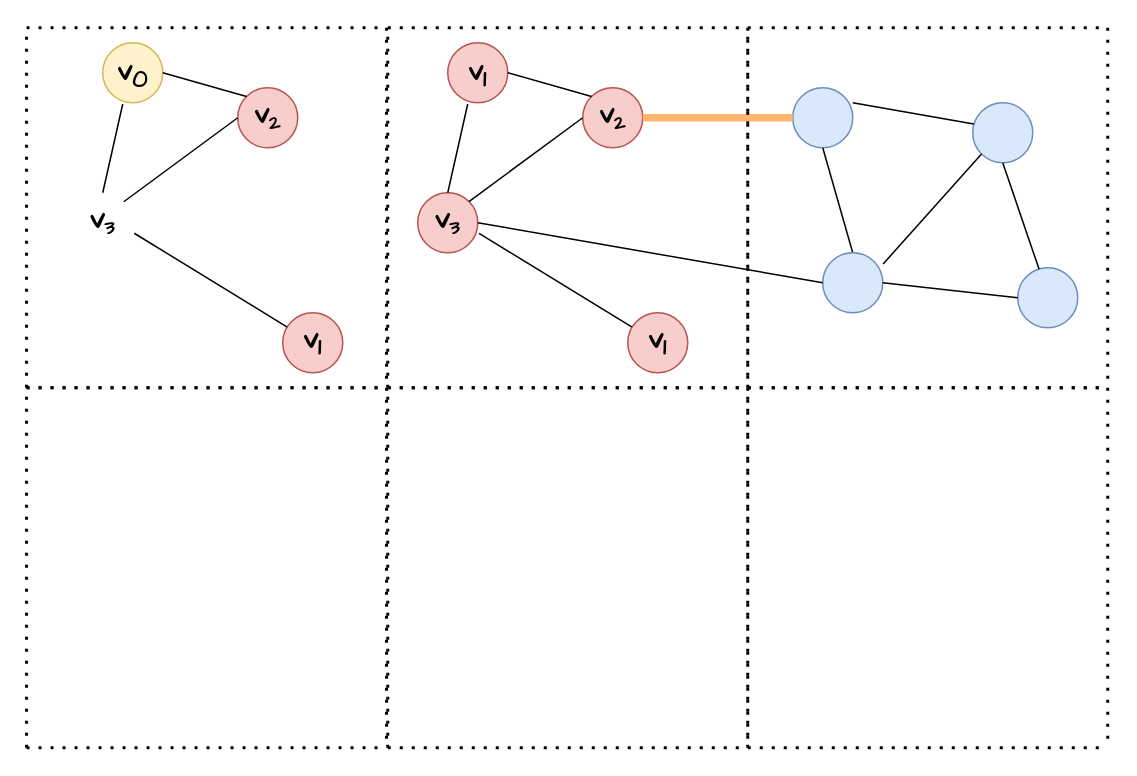
This is 未命名绘图.drawio from coldbubbletea/World-of-Warcraft--Non-graphical-interface-CPP-game, a draw.io file, before an edit. Source tidied: cells renumbered, new cells numbered last; positions are measured from the earlier drawing's top-left corner, leaving out a move shared by most shapes. Both pictures are drawn from the tidied source at 150%, with x=0, y=0 at pixel (26, 27).
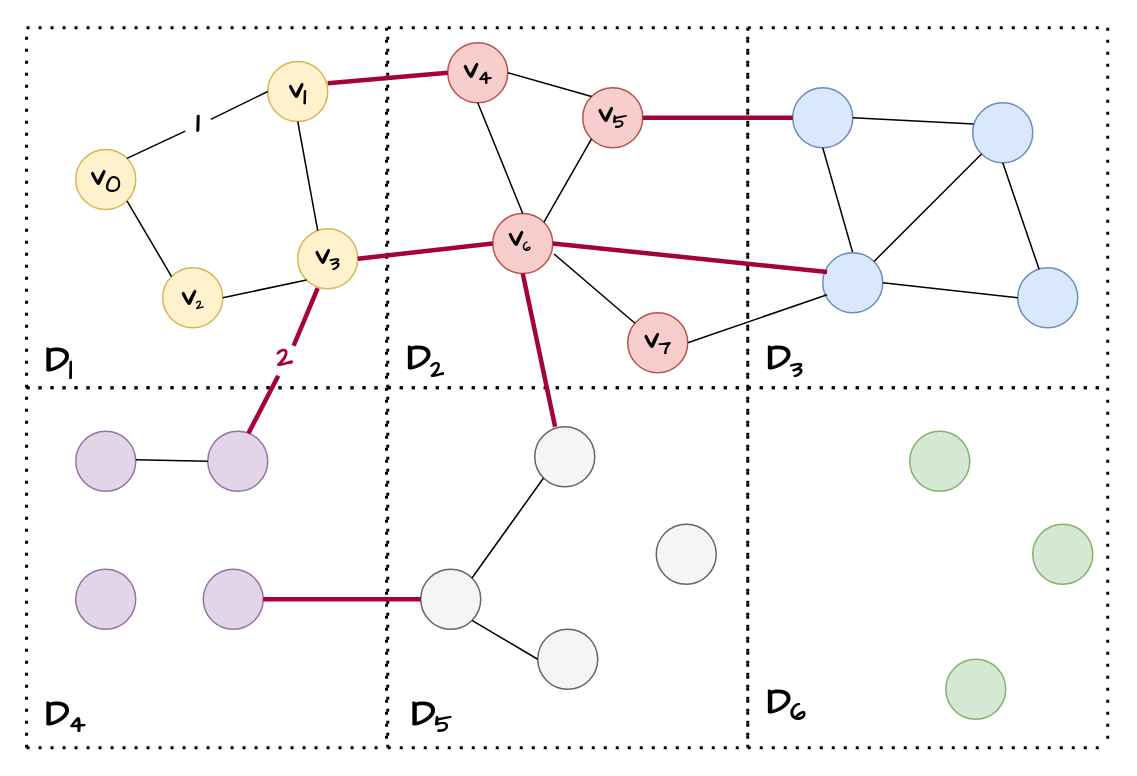
After the change.

Commit message (it also covers changes not shown here):
更新未命名绘图.drawio

The change refers to these unchanged cells:
```xml
<mxCell id="5" style="ellipse;whiteSpace=wrap;html=1;fillColor=#dae8fc;strokeColor=#6c8ebf;" parent="1" vertex="1">
  <mxGeometry x="631" y="50" width="40" height="40" as="geometry" />
</mxCell>
<mxCell id="6" style="ellipse;whiteSpace=wrap;html=1;fillColor=#dae8fc;strokeColor=#6c8ebf;" parent="1" vertex="1">
  <mxGeometry x="511" y="40" width="40" height="40" as="geometry" />
</mxCell>
<mxCell id="10" style="ellipse;whiteSpace=wrap;html=1;fillColor=#f8cecc;strokeColor=#b85450;" parent="1" vertex="1">
  <mxGeometry x="281" y="10" width="40" height="40" as="geometry" />
</mxCell>
<mxCell id="12" style="ellipse;whiteSpace=wrap;html=1;fillColor=#f8cecc;strokeColor=#b85450;" parent="1" vertex="1">
  <mxGeometry x="371" y="40" width="40" height="40" as="geometry" />
</mxCell>
<mxCell id="13" style="ellipse;whiteSpace=wrap;html=1;fillColor=#f8cecc;strokeColor=#b85450;" parent="1" vertex="1">
  <mxGeometry x="401" y="190" width="40" height="40" as="geometry" />
</mxCell>
<mxCell id="14" style="ellipse;whiteSpace=wrap;html=1;fillColor=#dae8fc;strokeColor=#6c8ebf;" parent="1" vertex="1">
  <mxGeometry x="531" y="150" width="40" height="40" as="geometry" />
</mxCell>
```

What changed in the source:
```diff
@@
+    <mxCell id="60" style="ellipse;whiteSpace=wrap;html=1;fillColor=#fff2cc;strokeColor=#d6b656;" parent="1" vertex="1">
+      <mxGeometry x="91" y="160" width="40" height="40" as="geometry" />
+    </mxCell>
@@
-    <mxCell id="9" style="endArrow=none;html=1;rounded=0;entryX=0.017;entryY=0.354;entryDx=0;entryDy=0;entryPerimeter=0;" parent="1" edge="1" target="5">
-      <mxGeometry relative="1" as="geometry">
-        <mxPoint x="551" y="50" as="sourcePoint" />
-      </mxGeometry>
+    <mxCell id="9" style="endArrow=none;html=1;rounded=0;entryX=0.017;entryY=0.354;entryDx=0;entryDy=0;entryPerimeter=0;exitX=1;exitY=0.5;exitDx=0;exitDy=0;" parent="1" edge="1" source="6" target="5">
+      <mxGeometry relative="1" as="geometry" />
     </mxCell>
@@
     <mxCell id="11" style="ellipse;whiteSpace=wrap;html=1;fillColor=#f8cecc;strokeColor=#b85450;" parent="1" vertex="1">
-      <mxGeometry x="261" y="110" width="40" height="40" as="geometry" />
+      <mxGeometry x="311" y="123.8" width="40" height="40" as="geometry" />
     </mxCell>
@@
-    <mxCell id="16" value="&lt;h2 style=&quot;&quot;&gt;&lt;font face=&quot;comic sans ms&quot; style=&quot;font-size: 19px;&quot;&gt;v&lt;/font&gt;&lt;font face=&quot;comic sans ms&quot; style=&quot;font-size: 15.8333px;&quot;&gt;&lt;sub&gt;2&lt;/sub&gt;&lt;/font&gt;&lt;/h2&gt;" style="text;html=1;strokeColor=none;fillColor=none;align=center;verticalAlign=middle;whiteSpace=wrap;rounded=0;" parent="1" vertex="1">
-      <mxGeometry x="351" y="32.5" width="80" height="55" as="geometry" />
-    </mxCell>
@@
-    <mxCell id="18" style="endArrow=none;html=1;rounded=0;exitX=1;exitY=0.5;exitDx=0;exitDy=0;entryX=0;entryY=0.5;entryDx=0;entryDy=0;" parent="1" edge="1" source="11" target="14">
-      <mxGeometry relative="1" as="geometry" />
-    </mxCell>
-    <mxCell id="19" style="endArrow=none;html=1;rounded=0;exitX=1;exitY=0.5;exitDx=0;exitDy=0;entryX=0;entryY=0.5;entryDx=0;entryDy=0;fillColor=#fff2cc;strokeColor=#FFB570;strokeWidth=5;gradientColor=#ffd966;" parent="1" edge="1" source="12" target="6">
+    <mxCell id="19" style="endArrow=none;html=1;rounded=0;exitX=1;exitY=0.5;exitDx=0;exitDy=0;entryX=0;entryY=0.5;entryDx=0;entryDy=0;strokeWidth=3;fillColor=#d80073;strokeColor=#A50040;" parent="1" edge="1" source="12" target="6">
       <mxGeometry relative="1" as="geometry" />
     </mxCell>
-    <mxCell id="20" style="endArrow=none;html=1;rounded=0;exitX=1;exitY=0;exitDx=0;exitDy=0;entryX=0;entryY=0.5;entryDx=0;entryDy=0;" parent="1" edge="1" source="11" target="12">
+    <mxCell id="20" style="endArrow=none;html=1;rounded=0;exitX=1;exitY=0;exitDx=0;exitDy=0;entryX=0;entryY=1;entryDx=0;entryDy=0;" parent="1" edge="1" source="11" target="12">
       <mxGeometry relative="1" as="geometry" />
     </mxCell>
-    <mxCell id="21" style="endArrow=none;html=1;rounded=0;entryX=0.5;entryY=0;entryDx=0;entryDy=0;exitX=0.333;exitY=1.021;exitDx=0;exitDy=0;exitPerimeter=0;" parent="1" edge="1" source="10" target="11">
+    <mxCell id="21" style="endArrow=none;html=1;rounded=0;entryX=0.5;entryY=0;entryDx=0;entryDy=0;exitX=0.5;exitY=1;exitDx=0;exitDy=0;" parent="1" edge="1" source="10" target="11">
       <mxGeometry relative="1" as="geometry" />
     </mxCell>
@@
-    <mxCell id="25" style="endArrow=none;html=1;rounded=0;entryX=0;entryY=1;entryDx=0;entryDy=0;exitX=1.006;exitY=0.188;exitDx=0;exitDy=0;exitPerimeter=0;" parent="1" edge="1" source="14" target="5">
+    <mxCell id="25" style="endArrow=none;html=1;rounded=0;entryX=0;entryY=1;entryDx=0;entryDy=0;exitX=1;exitY=0;exitDx=0;exitDy=0;" parent="1" edge="1" source="14" target="5">
       <mxGeometry relative="1" as="geometry" />
     </mxCell>
-    <mxCell id="26" value="&lt;h2 style=&quot;font-size: 19px;&quot;&gt;&lt;font face=&quot;comic sans ms&quot; style=&quot;font-size: 19px;&quot;&gt;v&lt;sub style=&quot;&quot;&gt;1&lt;/sub&gt;&lt;/font&gt;&lt;/h2&gt;" style="text;html=1;strokeColor=none;fillColor=none;align=center;verticalAlign=middle;whiteSpace=wrap;rounded=0;" parent="1" vertex="1">
-      <mxGeometry x="291" y="22.5" width="20" height="17.5" as="geometry" />
+    <mxCell id="26" value="&lt;h2 style=&quot;&quot;&gt;&lt;font style=&quot;font-size: 19px;&quot;&gt;v&lt;/font&gt;&lt;font style=&quot;font-size: 15.8333px;&quot;&gt;&lt;sub&gt;4&lt;/sub&gt;&lt;/font&gt;&lt;/h2&gt;" style="text;html=1;strokeColor=none;fillColor=none;align=center;verticalAlign=middle;whiteSpace=wrap;rounded=0;fontFamily=Comic Sans MS;" parent="1" vertex="1">
+      <mxGeometry x="291" y="21.2" width="20" height="17.5" as="geometry" />
     </mxCell>
@@
-    <mxCell id="47" value="&lt;h2 style=&quot;&quot;&gt;&lt;font face=&quot;comic sans ms&quot; style=&quot;font-size: 19px;&quot;&gt;v&lt;/font&gt;&lt;font face=&quot;comic sans ms&quot; style=&quot;font-size: 15.8333px;&quot;&gt;&lt;sub&gt;3&lt;/sub&gt;&lt;/font&gt;&lt;/h2&gt;" style="text;html=1;strokeColor=none;fillColor=none;align=center;verticalAlign=middle;whiteSpace=wrap;rounded=0;" parent="1" vertex="1">
-      <mxGeometry x="271" y="121.2" width="20" height="17.5" as="geometry" />
+    <mxCell id="47" value="&lt;h2 style=&quot;&quot;&gt;&lt;font face=&quot;Comic Sans MS&quot;&gt;&lt;font style=&quot;font-size: 19px;&quot;&gt;v&lt;/font&gt;&lt;font size=&quot;1&quot; style=&quot;&quot;&gt;&lt;sub&gt;6&lt;/sub&gt;&lt;/font&gt;&lt;/font&gt;&lt;/h2&gt;" style="text;html=1;strokeColor=none;fillColor=none;align=center;verticalAlign=middle;whiteSpace=wrap;rounded=0;" parent="1" vertex="1">
+      <mxGeometry x="319" y="132.5" width="20" height="17.5" as="geometry" />
     </mxCell>
-    <mxCell id="48" value="&lt;h2 style=&quot;font-size: 19px;&quot;&gt;&lt;font face=&quot;comic sans ms&quot; style=&quot;font-size: 19px;&quot;&gt;v&lt;sub style=&quot;&quot;&gt;1&lt;/sub&gt;&lt;/font&gt;&lt;/h2&gt;" style="text;html=1;strokeColor=none;fillColor=none;align=center;verticalAlign=middle;whiteSpace=wrap;rounded=0;" parent="1" vertex="1">
+    <mxCell id="48" value="&lt;h2 style=&quot;&quot;&gt;&lt;font face=&quot;comic sans ms&quot; style=&quot;font-size: 19px;&quot;&gt;v&lt;/font&gt;&lt;font face=&quot;comic sans ms&quot; style=&quot;font-size: 15.8333px;&quot;&gt;&lt;sub&gt;7&lt;/sub&gt;&lt;/font&gt;&lt;/h2&gt;" style="text;html=1;strokeColor=none;fillColor=none;align=center;verticalAlign=middle;whiteSpace=wrap;rounded=0;" parent="1" vertex="1">
       <mxGeometry x="411" y="201.2" width="20" height="17.5" as="geometry" />
     </mxCell>
     <mxCell id="49" style="ellipse;whiteSpace=wrap;html=1;fillColor=#fff2cc;strokeColor=#d6b656;" parent="1" vertex="1">
-      <mxGeometry x="51" y="10" width="40" height="40" as="geometry" />
+      <mxGeometry x="33" y="81.2" width="40" height="40" as="geometry" />
     </mxCell>
-    <mxCell id="50" style="ellipse;whiteSpace=wrap;html=1;fillColor=#f8cecc;strokeColor=#b85450;" parent="1" vertex="1">
-      <mxGeometry x="141" y="40" width="40" height="40" as="geometry" />
+    <mxCell id="50" style="ellipse;whiteSpace=wrap;html=1;fillColor=#fff2cc;strokeColor=#d6b656;" parent="1" vertex="1">
+      <mxGeometry x="161" y="22.5" width="40" height="40" as="geometry" />
     </mxCell>
-    <mxCell id="51" style="ellipse;whiteSpace=wrap;html=1;fillColor=#f8cecc;strokeColor=#b85450;" parent="1" vertex="1">
-      <mxGeometry x="171" y="190" width="40" height="40" as="geometry" />
+    <mxCell id="51" style="ellipse;whiteSpace=wrap;html=1;fillColor=#fff2cc;strokeColor=#d6b656;" parent="1" vertex="1">
+      <mxGeometry x="181" y="134" width="40" height="40" as="geometry" />
     </mxCell>
-    <mxCell id="52" value="&lt;h2 style=&quot;&quot;&gt;&lt;font face=&quot;comic sans ms&quot; style=&quot;font-size: 19px;&quot;&gt;v&lt;/font&gt;&lt;font face=&quot;comic sans ms&quot; style=&quot;font-size: 15.8333px;&quot;&gt;&lt;sub&gt;2&lt;/sub&gt;&lt;/font&gt;&lt;/h2&gt;" style="text;html=1;strokeColor=none;fillColor=none;align=center;verticalAlign=middle;whiteSpace=wrap;rounded=0;" parent="1" vertex="1">
-      <mxGeometry x="121" y="32.5" width="80" height="55" as="geometry" />
-    </mxCell>
-    <mxCell id="53" style="endArrow=none;html=1;rounded=0;entryX=1.022;entryY=0.676;entryDx=0;entryDy=0;entryPerimeter=0;" parent="1" edge="1" source="51">
-      <mxGeometry relative="1" as="geometry">
-        <mxPoint x="72" y="137" as="targetPoint" />
-      </mxGeometry>
-    </mxCell>
-    <mxCell id="54" style="endArrow=none;html=1;rounded=0;exitX=1;exitY=0;exitDx=0;exitDy=0;entryX=0;entryY=0.5;entryDx=0;entryDy=0;" parent="1" edge="1" target="50">
-      <mxGeometry relative="1" as="geometry">
-        <mxPoint x="65" y="116" as="sourcePoint" />
-      </mxGeometry>
+    <mxCell id="54" style="endArrow=none;html=1;rounded=0;exitX=0;exitY=0;exitDx=0;exitDy=0;entryX=1;entryY=1;entryDx=0;entryDy=0;" parent="1" edge="1" source="60" target="49">
+      <mxGeometry relative="1" as="geometry" />
     </mxCell>
-    <mxCell id="55" style="endArrow=none;html=1;rounded=0;entryX=0.5;entryY=0;entryDx=0;entryDy=0;exitX=0.333;exitY=1.021;exitDx=0;exitDy=0;exitPerimeter=0;" parent="1" edge="1" source="49">
-      <mxGeometry relative="1" as="geometry">
-        <mxPoint x="51" y="110" as="targetPoint" />
-      </mxGeometry>
-    </mxCell>
-    <mxCell id="56" style="endArrow=none;html=1;rounded=0;entryX=0;entryY=0;entryDx=0;entryDy=0;exitX=1;exitY=0.5;exitDx=0;exitDy=0;" parent="1" edge="1" source="49" target="50">
+    <mxCell id="56" style="endArrow=none;html=1;rounded=0;exitX=1;exitY=0;exitDx=0;exitDy=0;entryX=0;entryY=0.75;entryDx=0;entryDy=0;" parent="1" edge="1" source="49" target="82">
       <mxGeometry relative="1" as="geometry" />
     </mxCell>
     <mxCell id="57" value="&lt;h2 style=&quot;font-size: 19px;&quot;&gt;&lt;font face=&quot;comic sans ms&quot; style=&quot;font-size: 19px;&quot;&gt;v&lt;sub&gt;0&lt;/sub&gt;&lt;/font&gt;&lt;/h2&gt;" style="text;html=1;strokeColor=none;fillColor=none;align=center;verticalAlign=middle;whiteSpace=wrap;rounded=0;" parent="1" vertex="1">
-      <mxGeometry x="61" y="22.5" width="20" height="17.5" as="geometry" />
+      <mxGeometry x="43" y="92.5" width="20" height="17.5" as="geometry" />
     </mxCell>
-    <mxCell id="58" value="&lt;h2 style=&quot;&quot;&gt;&lt;font face=&quot;comic sans ms&quot; style=&quot;font-size: 19px;&quot;&gt;v&lt;/font&gt;&lt;font face=&quot;comic sans ms&quot; style=&quot;font-size: 15.8333px;&quot;&gt;&lt;sub&gt;3&lt;/sub&gt;&lt;/font&gt;&lt;/h2&gt;" style="text;html=1;strokeColor=none;fillColor=none;align=center;verticalAlign=middle;whiteSpace=wrap;rounded=0;" parent="1" vertex="1">
-      <mxGeometry x="41" y="121.2" width="20" height="17.5" as="geometry" />
+    <mxCell id="58" value="&lt;h2 style=&quot;&quot;&gt;&lt;font face=&quot;Comic Sans MS&quot;&gt;&lt;font style=&quot;font-size: 19px;&quot;&gt;v&lt;/font&gt;&lt;font style=&quot;font-size: 10.9953px;&quot;&gt;&lt;sub style=&quot;&quot;&gt;2&lt;/sub&gt;&lt;/font&gt;&lt;/font&gt;&lt;/h2&gt;" style="text;html=1;strokeColor=none;fillColor=none;align=center;verticalAlign=middle;whiteSpace=wrap;rounded=0;" parent="1" vertex="1">
+      <mxGeometry x="101" y="171.2" width="20" height="17.5" as="geometry" />
     </mxCell>
-    <mxCell id="59" value="&lt;h2 style=&quot;font-size: 19px;&quot;&gt;&lt;font face=&quot;comic sans ms&quot; style=&quot;font-size: 19px;&quot;&gt;v&lt;sub style=&quot;&quot;&gt;1&lt;/sub&gt;&lt;/font&gt;&lt;/h2&gt;" style="text;html=1;strokeColor=none;fillColor=none;align=center;verticalAlign=middle;whiteSpace=wrap;rounded=0;" parent="1" vertex="1">
-      <mxGeometry x="181" y="201.2" width="20" height="17.5" as="geometry" />
+    <mxCell id="59" value="&lt;h2 style=&quot;font-size: 19px;&quot;&gt;&lt;font style=&quot;font-size: 19px;&quot;&gt;v&lt;sub style=&quot;&quot;&gt;1&lt;/sub&gt;&lt;/font&gt;&lt;/h2&gt;" style="text;html=1;strokeColor=none;fillColor=none;align=center;verticalAlign=middle;whiteSpace=wrap;rounded=0;fontFamily=Comic Sans MS;" parent="1" vertex="1">
+      <mxGeometry x="171" y="33.8" width="20" height="17.5" as="geometry" />
     </mxCell>
+    <mxCell id="61" value="&lt;h1&gt;&lt;font face=&quot;Comic Sans MS&quot;&gt;D&lt;sub&gt;1&lt;/sub&gt;&lt;/font&gt;&lt;/h1&gt;&lt;p&gt;&lt;br&gt;&lt;/p&gt;" style="text;html=1;strokeColor=none;fillColor=none;spacing=5;spacingTop=-20;whiteSpace=wrap;overflow=hidden;rounded=0;" parent="1" vertex="1">
+      <mxGeometry x="8" y="201.2" width="49" height="44" as="geometry" />
+    </mxCell>
+    <mxCell id="62" value="&lt;h1&gt;&lt;font face=&quot;Comic Sans MS&quot;&gt;D&lt;span style=&quot;font-size: 20px;&quot;&gt;&lt;sub&gt;2&lt;/sub&gt;&lt;/span&gt;&lt;/font&gt;&lt;/h1&gt;&lt;p&gt;&lt;br&gt;&lt;/p&gt;" style="text;html=1;strokeColor=none;fillColor=none;spacing=5;spacingTop=-20;whiteSpace=wrap;overflow=hidden;rounded=0;" parent="1" vertex="1">
+      <mxGeometry x="249" y="200" width="49" height="44" as="geometry" />
+    </mxCell>
+    <mxCell id="63" value="&lt;h1&gt;&lt;font face=&quot;Comic Sans MS&quot;&gt;D&lt;span style=&quot;font-size: 20px;&quot;&gt;&lt;sub&gt;3&lt;/sub&gt;&lt;/span&gt;&lt;/font&gt;&lt;/h1&gt;&lt;p&gt;&lt;br&gt;&lt;/p&gt;" style="text;html=1;strokeColor=none;fillColor=none;spacing=5;spacingTop=-20;whiteSpace=wrap;overflow=hidden;rounded=0;" parent="1" vertex="1">
+      <mxGeometry x="489" y="200" width="49" height="44" as="geometry" />
+    </mxCell>
+    <mxCell id="64" value="&lt;h1&gt;&lt;font face=&quot;Comic Sans MS&quot;&gt;D&lt;span style=&quot;font-size: 20px;&quot;&gt;&lt;sub&gt;4&lt;/sub&gt;&lt;/span&gt;&lt;/font&gt;&lt;/h1&gt;&lt;p&gt;&lt;br&gt;&lt;/p&gt;" style="text;html=1;strokeColor=none;fillColor=none;spacing=5;spacingTop=-20;whiteSpace=wrap;overflow=hidden;rounded=0;" parent="1" vertex="1">
+      <mxGeometry x="8" y="437" width="49" height="44" as="geometry" />
+    </mxCell>
+    <mxCell id="65" value="&lt;h1&gt;&lt;font face=&quot;Comic Sans MS&quot;&gt;D&lt;span style=&quot;font-size: 20px;&quot;&gt;&lt;sub&gt;5&lt;/sub&gt;&lt;/span&gt;&lt;/font&gt;&lt;/h1&gt;&lt;p&gt;&lt;br&gt;&lt;/p&gt;" style="text;html=1;strokeColor=none;fillColor=none;spacing=5;spacingTop=-20;whiteSpace=wrap;overflow=hidden;rounded=0;" parent="1" vertex="1">
+      <mxGeometry x="252" y="437" width="49" height="44" as="geometry" />
+    </mxCell>
+    <mxCell id="66" value="&lt;h1&gt;&lt;font face=&quot;Comic Sans MS&quot;&gt;D&lt;span style=&quot;font-size: 20px;&quot;&gt;&lt;sub&gt;6&lt;/sub&gt;&lt;/span&gt;&lt;/font&gt;&lt;/h1&gt;&lt;p&gt;&lt;br&gt;&lt;/p&gt;" style="text;html=1;strokeColor=none;fillColor=none;spacing=5;spacingTop=-20;whiteSpace=wrap;overflow=hidden;rounded=0;" parent="1" vertex="1">
+      <mxGeometry x="489" y="429" width="49" height="44" as="geometry" />
+    </mxCell>
+    <mxCell id="18" style="endArrow=none;html=1;rounded=0;exitX=1;exitY=0.5;exitDx=0;exitDy=0;entryX=0.072;entryY=0.321;entryDx=0;entryDy=0;strokeWidth=3;fillColor=#d80073;strokeColor=#A50040;entryPerimeter=0;" parent="1" edge="1" source="11" target="14">
+      <mxGeometry relative="1" as="geometry" />
+    </mxCell>
+    <mxCell id="67" style="endArrow=none;html=1;rounded=0;exitX=1;exitY=0.5;exitDx=0;exitDy=0;entryX=0;entryY=0.5;entryDx=0;entryDy=0;strokeWidth=3;fillColor=#d80073;strokeColor=#A50040;" parent="1" edge="1" target="10">
+      <mxGeometry relative="1" as="geometry">
+        <mxPoint x="201" y="37" as="sourcePoint" />
+      </mxGeometry>
+    </mxCell>
+    <mxCell id="68" style="endArrow=none;html=1;rounded=0;exitX=1;exitY=0.5;exitDx=0;exitDy=0;entryX=0;entryY=0.5;entryDx=0;entryDy=0;strokeWidth=3;fillColor=#d80073;strokeColor=#A50040;" parent="1" edge="1" source="51" target="11">
+      <mxGeometry relative="1" as="geometry" />
+    </mxCell>
+    <mxCell id="69" style="endArrow=none;html=1;rounded=0;entryX=0.5;entryY=1;entryDx=0;entryDy=0;exitX=0.333;exitY=0.032;exitDx=0;exitDy=0;exitPerimeter=0;" parent="1" edge="1" source="51" target="50">
+      <mxGeometry relative="1" as="geometry" />
+    </mxCell>
+    <mxCell id="70" value="&lt;h2 style=&quot;&quot;&gt;&lt;font face=&quot;Comic Sans MS&quot;&gt;&lt;font style=&quot;font-size: 19px;&quot;&gt;v&lt;/font&gt;&lt;font style=&quot;font-size: 15.8333px;&quot;&gt;&lt;sub style=&quot;&quot;&gt;3&lt;/sub&gt;&lt;/font&gt;&lt;/font&gt;&lt;/h2&gt;" style="text;html=1;strokeColor=none;fillColor=none;align=center;verticalAlign=middle;whiteSpace=wrap;rounded=0;" parent="1" vertex="1">
+      <mxGeometry x="198" y="149.6" width="6" height="8.8" as="geometry" />
+    </mxCell>
+    <mxCell id="71" style="endArrow=none;html=1;rounded=0;entryX=0;entryY=1;entryDx=0;entryDy=0;exitX=1;exitY=0.5;exitDx=0;exitDy=0;" parent="1" edge="1" source="60" target="51">
+      <mxGeometry relative="1" as="geometry" />
+    </mxCell>
+    <mxCell id="72" value="&lt;h2 style=&quot;&quot;&gt;&lt;font style=&quot;font-size: 19px;&quot;&gt;v&lt;/font&gt;&lt;font style=&quot;font-size: 15.8333px;&quot;&gt;&lt;sub&gt;5&lt;/sub&gt;&lt;/font&gt;&lt;/h2&gt;" style="text;html=1;strokeColor=none;fillColor=none;align=center;verticalAlign=middle;whiteSpace=wrap;rounded=0;fontFamily=Comic Sans MS;" parent="1" vertex="1">
+      <mxGeometry x="381" y="50" width="20" height="17.5" as="geometry" />
+    </mxCell>
+    <mxCell id="73" style="ellipse;whiteSpace=wrap;html=1;fillColor=#e1d5e7;strokeColor=#9673a6;" parent="1" vertex="1">
+      <mxGeometry x="121" y="269" width="40" height="40" as="geometry" />
+    </mxCell>
+    <mxCell id="74" style="ellipse;whiteSpace=wrap;html=1;fillColor=#e1d5e7;strokeColor=#9673a6;" parent="1" vertex="1">
+      <mxGeometry x="33" y="269" width="40" height="40" as="geometry" />
+    </mxCell>
+    <mxCell id="75" style="ellipse;whiteSpace=wrap;html=1;fillColor=#e1d5e7;strokeColor=#9673a6;" parent="1" vertex="1">
+      <mxGeometry x="118" y="361" width="40" height="40" as="geometry" />
+    </mxCell>
+    <mxCell id="76" style="ellipse;whiteSpace=wrap;html=1;fillColor=#e1d5e7;strokeColor=#9673a6;" parent="1" vertex="1">
+      <mxGeometry x="33" y="361" width="40" height="40" as="geometry" />
+    </mxCell>
+    <mxCell id="77" style="ellipse;whiteSpace=wrap;html=1;fillColor=#f5f5f5;strokeColor=#666666;fontColor=#333333;" parent="1" vertex="1">
+      <mxGeometry x="420" y="331" width="40" height="40" as="geometry" />
+    </mxCell>
+    <mxCell id="78" style="ellipse;whiteSpace=wrap;html=1;fillColor=#f5f5f5;strokeColor=#666666;fontColor=#333333;" parent="1" vertex="1">
+      <mxGeometry x="339" y="266" width="40" height="40" as="geometry" />
+    </mxCell>
+    <mxCell id="79" style="ellipse;whiteSpace=wrap;html=1;fillColor=#f5f5f5;strokeColor=#666666;fontColor=#333333;" parent="1" vertex="1">
+      <mxGeometry x="341" y="401" width="40" height="40" as="geometry" />
+    </mxCell>
+    <mxCell id="80" style="ellipse;whiteSpace=wrap;html=1;fillColor=#f5f5f5;strokeColor=#666666;fontColor=#333333;" parent="1" vertex="1">
+      <mxGeometry x="263" y="361" width="40" height="40" as="geometry" />
+    </mxCell>
+    <mxCell id="81" style="endArrow=none;html=1;rounded=0;strokeWidth=3;fillColor=#d80073;strokeColor=#A50040;exitX=0.339;exitY=-0.001;exitDx=0;exitDy=0;exitPerimeter=0;entryX=0.5;entryY=1;entryDx=0;entryDy=0;" parent="1" edge="1" source="78" target="11">
+      <mxGeometry relative="1" as="geometry" />
+    </mxCell>
+    <mxCell id="82" value="&lt;font size=&quot;1&quot; face=&quot;Comic Sans MS&quot;&gt;&lt;b style=&quot;font-size: 19px;&quot;&gt;1&lt;/b&gt;&lt;/font&gt;" style="text;html=1;strokeColor=none;fillColor=none;align=center;verticalAlign=middle;whiteSpace=wrap;rounded=0;" parent="1" vertex="1">
+      <mxGeometry x="106" y="58" width="17" height="14.5" as="geometry" />
+    </mxCell>
+    <mxCell id="83" style="endArrow=none;html=1;rounded=0;entryX=0;entryY=0.5;entryDx=0;entryDy=0;" parent="1" edge="1" source="82" target="50">
+      <mxGeometry relative="1" as="geometry" />
+    </mxCell>
+    <mxCell id="84" style="ellipse;whiteSpace=wrap;html=1;fillColor=#d5e8d4;strokeColor=#82b366;" parent="1" vertex="1">
+      <mxGeometry x="671" y="331" width="40" height="40" as="geometry" />
+    </mxCell>
+    <mxCell id="85" style="ellipse;whiteSpace=wrap;html=1;fillColor=#d5e8d4;strokeColor=#82b366;" parent="1" vertex="1">
+      <mxGeometry x="589" y="269" width="40" height="40" as="geometry" />
+    </mxCell>
+    <mxCell id="86" style="ellipse;whiteSpace=wrap;html=1;fillColor=#d5e8d4;strokeColor=#82b366;" parent="1" vertex="1">
+      <mxGeometry x="613" y="421" width="40" height="40" as="geometry" />
+    </mxCell>
+    <mxCell id="87" style="endArrow=none;html=1;rounded=0;entryX=0.072;entryY=0.699;entryDx=0;entryDy=0;entryPerimeter=0;exitX=1;exitY=0.5;exitDx=0;exitDy=0;" parent="1" edge="1" source="13" target="14">
+      <mxGeometry relative="1" as="geometry" />
+    </mxCell>
+    <mxCell id="88" style="endArrow=none;html=1;rounded=0;exitX=1;exitY=0.5;exitDx=0;exitDy=0;strokeWidth=3;fillColor=#d80073;strokeColor=#A50040;entryX=0;entryY=0.5;entryDx=0;entryDy=0;" parent="1" edge="1" source="75" target="80">
+      <mxGeometry relative="1" as="geometry" />
+    </mxCell>
+    <mxCell id="89" style="endArrow=none;html=1;rounded=0;entryX=1;entryY=1;entryDx=0;entryDy=0;exitX=0;exitY=0.5;exitDx=0;exitDy=0;" parent="1" edge="1" source="79" target="80">
+      <mxGeometry relative="1" as="geometry" />
+    </mxCell>
+    <mxCell id="90" style="endArrow=none;html=1;rounded=0;entryX=1;entryY=0.5;entryDx=0;entryDy=0;exitX=0;exitY=0.5;exitDx=0;exitDy=0;" parent="1" edge="1" source="73">
+      <mxGeometry relative="1" as="geometry">
+        <mxPoint x="73" y="288" as="targetPoint" />
+      </mxGeometry>
+    </mxCell>
+    <mxCell id="91" style="endArrow=none;html=1;rounded=0;entryX=0;entryY=1;entryDx=0;entryDy=0;exitX=1;exitY=0;exitDx=0;exitDy=0;" parent="1" edge="1" source="80" target="78">
+      <mxGeometry relative="1" as="geometry" />
+    </mxCell>
+    <mxCell id="92" style="endArrow=none;html=1;rounded=0;exitX=0.678;exitY=0.035;exitDx=0;exitDy=0;strokeWidth=3;fillColor=#d80073;strokeColor=#A50040;exitPerimeter=0;" parent="1" edge="1" source="73">
+      <mxGeometry relative="1" as="geometry">
+        <mxPoint x="168" y="232" as="targetPoint" />
+      </mxGeometry>
+    </mxCell>
+    <mxCell id="93" value="&lt;font color=&quot;#a50040&quot; style=&quot;font-size: 19px;&quot; face=&quot;Comic Sans MS&quot;&gt;&lt;b&gt;2&lt;/b&gt;&lt;/font&gt;" style="text;html=1;strokeColor=none;fillColor=none;align=center;verticalAlign=middle;whiteSpace=wrap;rounded=0;" parent="1" vertex="1">
+      <mxGeometry x="161" y="212" width="23" height="18" as="geometry" />
+    </mxCell>
+    <mxCell id="94" style="endArrow=none;html=1;rounded=0;exitX=0.75;exitY=0;exitDx=0;exitDy=0;strokeWidth=3;fillColor=#d80073;strokeColor=#A50040;entryX=0.333;entryY=0.988;entryDx=0;entryDy=0;entryPerimeter=0;" parent="1" edge="1" source="93" target="51">
+      <mxGeometry relative="1" as="geometry" />
+    </mxCell>
```
